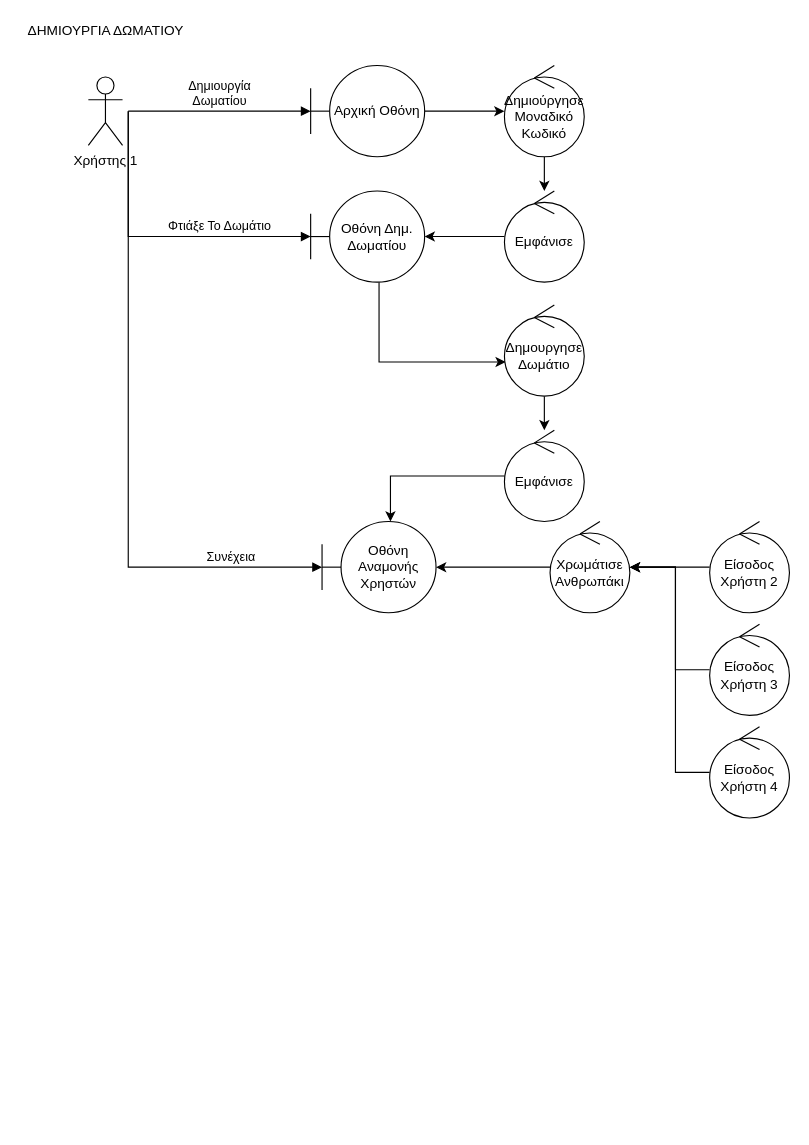
Above: docs/contributions/itsikelis/Phase 3/Robustness Diagrams v0.1/user-create-room.drawio in iloudaros/nomnomr (draw.io), before the change. Source tidied: cells renumbered, new cells numbered last; positions are measured from the earlier drawing's top-left corner, leaving out a move shared by most shapes. Both pictures are drawn from the tidied source at 114%, with x=0, y=0 at pixel (19, 19).
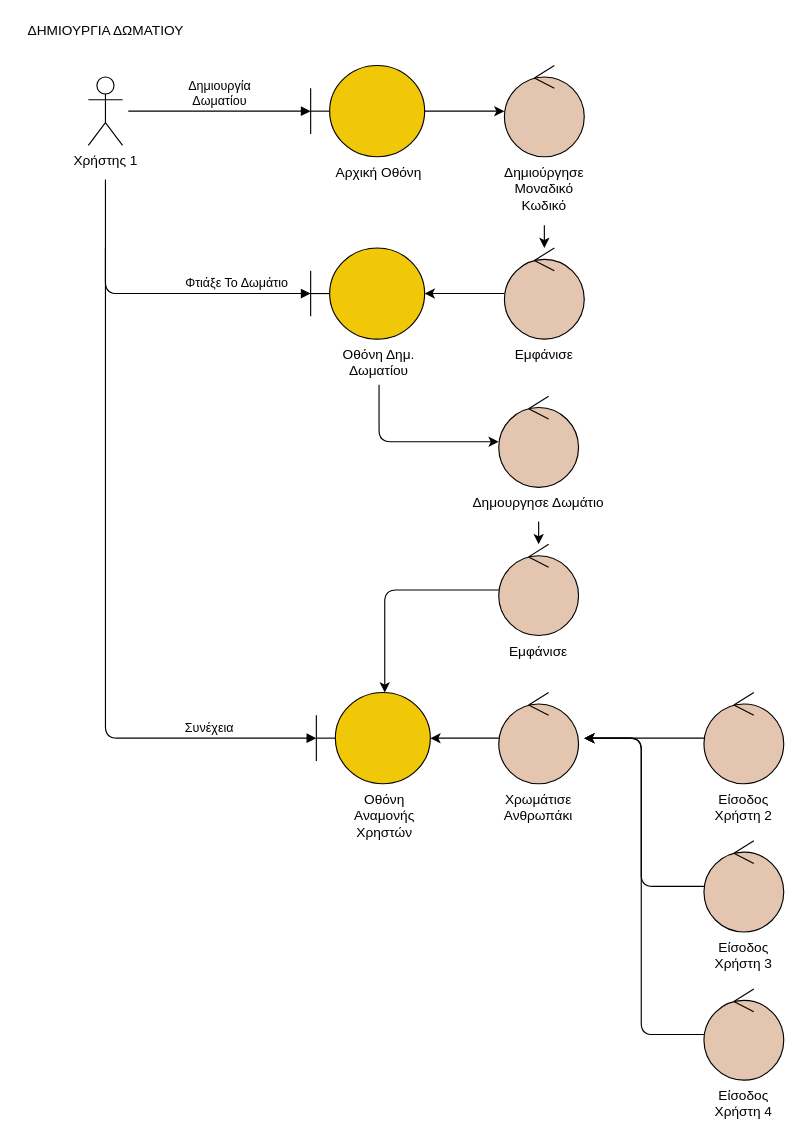
After the change.

The edit, as a diff of the source:
```diff
@@
-    <mxCell id="4" value="Αρχική Οθόνη" style="shape=umlBoundary;whiteSpace=wrap;html=1;" parent="1" vertex="1">
+    <mxCell id="4" style="shape=umlBoundary;whiteSpace=wrap;html=1;fillColor=#F0C808;" parent="1" vertex="1">
       <mxGeometry x="255" y="40" width="100" height="80" as="geometry" />
     </mxCell>
@@
-    <mxCell id="6" value="Δημιουργία&lt;br&gt;Δωματίου" style="html=1;verticalAlign=bottom;endArrow=block;rounded=0;" parent="1" edge="1" target="4">
+    <mxCell id="6" value="Δημιουργία&lt;br&gt;Δωματίου" style="html=1;verticalAlign=bottom;endArrow=block;rounded=1;labelBackgroundColor=none;" parent="1" edge="1" target="4">
       <mxGeometry relative="1" as="geometry">
         <mxPoint x="95" y="80" as="sourcePoint" />
       </mxGeometry>
     </mxCell>
-    <mxCell id="7" style="edgeStyle=orthogonalEdgeStyle;rounded=0;jettySize=auto;html=1;" parent="1" edge="1" source="8" target="10">
-      <mxGeometry relative="1" as="geometry" />
-    </mxCell>
-    <mxCell id="8" value="Δημιούργησε&lt;br&gt;Μοναδικό&lt;br&gt;Κωδικό" style="ellipse;shape=umlControl;whiteSpace=wrap;html=1;" parent="1" vertex="1">
+    <mxCell id="8" style="ellipse;shape=umlControl;whiteSpace=wrap;html=1;fillColor=#E4C5AF;" parent="1" vertex="1">
       <mxGeometry x="425" y="40" width="70" height="80" as="geometry" />
     </mxCell>
@@
-    <mxCell id="10" value="Εμφάνισε" style="ellipse;shape=umlControl;whiteSpace=wrap;html=1;" parent="1" vertex="1">
-      <mxGeometry x="425" y="150" width="70" height="80" as="geometry" />
+    <mxCell id="10" style="ellipse;shape=umlControl;whiteSpace=wrap;html=1;fillColor=#E4C5AF;" parent="1" vertex="1">
+      <mxGeometry x="425" y="200" width="70" height="80" as="geometry" />
     </mxCell>
-    <mxCell id="11" style="edgeStyle=orthogonalEdgeStyle;rounded=0;jettySize=auto;html=1;" parent="1" edge="1" source="12" target="15">
+    <mxCell id="11" style="edgeStyle=orthogonalEdgeStyle;rounded=1;jettySize=auto;html=1;exitX=0.5;exitY=1;exitDx=0;exitDy=0;" parent="1" edge="1" source="34" target="15">
       <mxGeometry relative="1" as="geometry">
         <Array as="points">
-          <mxPoint x="315" y="300" />
+          <mxPoint x="315" y="370" />
         </Array>
       </mxGeometry>
     </mxCell>
-    <mxCell id="12" value="Οθόνη Δημ.&lt;br&gt;Δωματίου" style="shape=umlBoundary;whiteSpace=wrap;html=1;" parent="1" vertex="1">
-      <mxGeometry x="255" y="150" width="100" height="80" as="geometry" />
+    <mxCell id="12" style="shape=umlBoundary;whiteSpace=wrap;html=1;fillColor=#F0C808;" parent="1" vertex="1">
+      <mxGeometry x="255" y="200" width="100" height="80" as="geometry" />
     </mxCell>
-    <mxCell id="13" value="Φτιάξε Το Δωμάτιο" style="html=1;verticalAlign=bottom;endArrow=block;rounded=0;" parent="1" edge="1">
+    <mxCell id="13" value="Φτιάξε Το Δωμάτιο" style="html=1;verticalAlign=bottom;endArrow=block;rounded=1;labelBackgroundColor=none;" parent="1" edge="1">
       <mxGeometry x="0.41" relative="1" as="geometry">
-        <mxPoint x="95" y="80" as="sourcePoint" />
-        <mxPoint x="255" y="190" as="targetPoint" />
+        <mxPoint x="75" y="200" as="sourcePoint" />
+        <mxPoint x="255" y="240" as="targetPoint" />
         <Array as="points">
-          <mxPoint x="95" y="190" />
+          <mxPoint x="75" y="240" />
         </Array>
       </mxGeometry>
     </mxCell>
-    <mxCell id="14" style="edgeStyle=orthogonalEdgeStyle;rounded=0;jettySize=auto;html=1;" parent="1" edge="1" source="15" target="18">
-      <mxGeometry relative="1" as="geometry" />
-    </mxCell>
-    <mxCell id="15" value="Δημουργησε Δωμάτιο" style="ellipse;shape=umlControl;whiteSpace=wrap;html=1;" parent="1" vertex="1">
-      <mxGeometry x="425" y="250" width="70" height="80" as="geometry" />
+    <mxCell id="15" style="ellipse;shape=umlControl;whiteSpace=wrap;html=1;fillColor=#E4C5AF;" parent="1" vertex="1">
+      <mxGeometry x="420" y="330" width="70" height="80" as="geometry" />
     </mxCell>
-    <mxCell id="16" value="Οθόνη&lt;br&gt;Αναμονής&lt;br&gt;Χρηστών" style="shape=umlBoundary;whiteSpace=wrap;html=1;" parent="1" vertex="1">
-      <mxGeometry x="265" y="440" width="100" height="80" as="geometry" />
+    <mxCell id="16" style="shape=umlBoundary;whiteSpace=wrap;html=1;fillColor=#F0C808;" parent="1" vertex="1">
+      <mxGeometry x="260" y="590" width="100" height="80" as="geometry" />
     </mxCell>
-    <mxCell id="17" style="edgeStyle=orthogonalEdgeStyle;rounded=0;jettySize=auto;html=1;" parent="1" edge="1" source="18" target="16">
+    <mxCell id="17" style="edgeStyle=orthogonalEdgeStyle;rounded=1;jettySize=auto;html=1;" parent="1" edge="1" source="18" target="16">
       <mxGeometry relative="1" as="geometry">
         <Array as="points">
-          <mxPoint x="325" y="400" />
+          <mxPoint x="320" y="500" />
         </Array>
       </mxGeometry>
     </mxCell>
-    <mxCell id="18" value="Εμφάνισε" style="ellipse;shape=umlControl;whiteSpace=wrap;html=1;" parent="1" vertex="1">
-      <mxGeometry x="425" y="360" width="70" height="80" as="geometry" />
+    <mxCell id="18" style="ellipse;shape=umlControl;whiteSpace=wrap;html=1;fillColor=#E4C5AF;" parent="1" vertex="1">
+      <mxGeometry x="420" y="460" width="70" height="80" as="geometry" />
     </mxCell>
-    <mxCell id="19" style="edgeStyle=orthogonalEdgeStyle;rounded=0;jettySize=auto;html=1;" parent="1" edge="1" source="20" target="26">
-      <mxGeometry relative="1" as="geometry" />
+    <mxCell id="19" style="edgeStyle=orthogonalEdgeStyle;rounded=1;jettySize=auto;html=1;" parent="1" edge="1" source="20">
+      <mxGeometry relative="1" as="geometry">
+        <mxPoint x="495" y="630" as="targetPoint" />
+      </mxGeometry>
     </mxCell>
-    <mxCell id="20" value="Είσοδος&lt;br&gt;Χρήστη 2" style="ellipse;shape=umlControl;whiteSpace=wrap;html=1;" parent="1" vertex="1">
-      <mxGeometry x="605" y="440" width="70" height="80" as="geometry" />
+    <mxCell id="20" style="ellipse;shape=umlControl;whiteSpace=wrap;html=1;fillColor=#E4C5AF;" parent="1" vertex="1">
+      <mxGeometry x="600" y="590" width="70" height="80" as="geometry" />
     </mxCell>
-    <mxCell id="21" style="edgeStyle=orthogonalEdgeStyle;rounded=0;jettySize=auto;html=1;" parent="1" edge="1" source="22" target="26">
-      <mxGeometry relative="1" as="geometry">
-        <Array as="points">
-          <mxPoint x="575" y="570" />
-          <mxPoint x="575" y="480" />
-        </Array>
-      </mxGeometry>
-    </mxCell>
+    <mxCell id="28" style="edgeStyle=orthogonalEdgeStyle;rounded=1;jettySize=auto;html=1;" parent="1" edge="1" source="22">
+      <mxGeometry relative="1" as="geometry">
+        <mxPoint x="495" y="630" as="targetPoint" />
+        <Array as="points">
+          <mxPoint x="545" y="760" />
+          <mxPoint x="545" y="630" />
+        </Array>
+      </mxGeometry>
+    </mxCell>
-    <mxCell id="22" value="Είσοδος&lt;br&gt;Χρήστη 3" style="ellipse;shape=umlControl;whiteSpace=wrap;html=1;" parent="1" vertex="1">
-      <mxGeometry x="605" y="530" width="70" height="80" as="geometry" />
+    <mxCell id="22" style="ellipse;shape=umlControl;whiteSpace=wrap;html=1;fillColor=#E4C5AF;" parent="1" vertex="1">
+      <mxGeometry x="600" y="720" width="70" height="80" as="geometry" />
     </mxCell>
-    <mxCell id="23" style="edgeStyle=orthogonalEdgeStyle;rounded=0;jettySize=auto;html=1;" parent="1" edge="1" source="24" target="26">
-      <mxGeometry relative="1" as="geometry">
-        <Array as="points">
-          <mxPoint x="575" y="660" />
-          <mxPoint x="575" y="480" />
-        </Array>
-      </mxGeometry>
-    </mxCell>
+    <mxCell id="29" style="edgeStyle=orthogonalEdgeStyle;rounded=1;jettySize=auto;html=1;" parent="1" edge="1" source="24">
+      <mxGeometry relative="1" as="geometry">
+        <mxPoint x="495" y="630" as="targetPoint" />
+        <Array as="points">
+          <mxPoint x="545" y="890" />
+          <mxPoint x="545" y="630" />
+        </Array>
+      </mxGeometry>
+    </mxCell>
-    <mxCell id="24" value="Είσοδος&lt;br&gt;Χρήστη 4" style="ellipse;shape=umlControl;whiteSpace=wrap;html=1;" parent="1" vertex="1">
-      <mxGeometry x="605" y="620" width="70" height="80" as="geometry" />
+    <mxCell id="24" style="ellipse;shape=umlControl;whiteSpace=wrap;html=1;fillColor=#E4C5AF;" parent="1" vertex="1">
+      <mxGeometry x="600" y="850" width="70" height="80" as="geometry" />
     </mxCell>
@@
-    <mxCell id="26" value="Χρωμάτισε&lt;br&gt;Ανθρωπάκι" style="ellipse;shape=umlControl;whiteSpace=wrap;html=1;" parent="1" vertex="1">
-      <mxGeometry x="465" y="440" width="70" height="80" as="geometry" />
+    <mxCell id="26" style="ellipse;shape=umlControl;whiteSpace=wrap;html=1;fillColor=#E4C5AF;" parent="1" vertex="1">
+      <mxGeometry x="420" y="590" width="70" height="80" as="geometry" />
     </mxCell>
-    <mxCell id="27" value="Συνέχεια" style="html=1;verticalAlign=bottom;endArrow=block;rounded=0;entryX=0;entryY=0.5;entryDx=0;entryDy=0;entryPerimeter=0;" parent="1" edge="1" target="16">
+    <mxCell id="27" value="Συνέχεια" style="html=1;verticalAlign=bottom;endArrow=block;rounded=1;entryX=0;entryY=0.5;entryDx=0;entryDy=0;entryPerimeter=0;labelBackgroundColor=none;" parent="1" edge="1" target="16">
       <mxGeometry x="0.72" relative="1" as="geometry">
-        <mxPoint x="95" y="80" as="sourcePoint" />
+        <mxPoint x="75" y="140" as="sourcePoint" />
         <Array as="points">
-          <mxPoint x="95" y="480" />
+          <mxPoint x="75" y="630" />
         </Array>
       </mxGeometry>
     </mxCell>
+    <mxCell id="30" value="&lt;span style=&quot;color: rgb(0, 0, 0); font-family: helvetica; font-size: 12px; font-style: normal; font-weight: 400; letter-spacing: normal; text-indent: 0px; text-transform: none; word-spacing: 0px; display: inline; float: none;&quot;&gt;Αρχική Οθόνη&lt;/span&gt;" style="text;whiteSpace=wrap;html=1;align=center;labelBackgroundColor=none;" parent="1" vertex="1">
+      <mxGeometry x="260" y="120" width="110" height="30" as="geometry" />
+    </mxCell>
+    <mxCell id="31" style="edgeStyle=orthogonalEdgeStyle;rounded=1;jettySize=auto;html=1;" parent="1" edge="1" source="32" target="10">
+      <mxGeometry relative="1" as="geometry" />
+    </mxCell>
+    <mxCell id="32" value="&lt;span style=&quot;color: rgb(0, 0, 0); font-family: helvetica; font-size: 12px; font-style: normal; font-weight: 400; letter-spacing: normal; text-indent: 0px; text-transform: none; word-spacing: 0px; display: inline; float: none;&quot;&gt;Δημιούργησε&lt;/span&gt;&lt;br style=&quot;color: rgb(0, 0, 0); font-family: helvetica; font-size: 12px; font-style: normal; font-weight: 400; letter-spacing: normal; text-indent: 0px; text-transform: none; word-spacing: 0px;&quot;&gt;&lt;span style=&quot;color: rgb(0, 0, 0); font-family: helvetica; font-size: 12px; font-style: normal; font-weight: 400; letter-spacing: normal; text-indent: 0px; text-transform: none; word-spacing: 0px; display: inline; float: none;&quot;&gt;Μοναδικό&lt;/span&gt;&lt;br style=&quot;color: rgb(0, 0, 0); font-family: helvetica; font-size: 12px; font-style: normal; font-weight: 400; letter-spacing: normal; text-indent: 0px; text-transform: none; word-spacing: 0px;&quot;&gt;&lt;span style=&quot;color: rgb(0, 0, 0); font-family: helvetica; font-size: 12px; font-style: normal; font-weight: 400; letter-spacing: normal; text-indent: 0px; text-transform: none; word-spacing: 0px; display: inline; float: none;&quot;&gt;Κωδικό&lt;/span&gt;" style="text;whiteSpace=wrap;html=1;align=center;labelBackgroundColor=none;" parent="1" vertex="1">
+      <mxGeometry x="410" y="120" width="100" height="60" as="geometry" />
+    </mxCell>
+    <mxCell id="33" value="&lt;span style=&quot;color: rgb(0, 0, 0); font-family: helvetica; font-size: 12px; font-style: normal; font-weight: 400; letter-spacing: normal; text-indent: 0px; text-transform: none; word-spacing: 0px; display: inline; float: none;&quot;&gt;Εμφάνισε&lt;/span&gt;" style="text;whiteSpace=wrap;html=1;align=center;labelBackgroundColor=none;" parent="1" vertex="1">
+      <mxGeometry x="420" y="280" width="80" height="30" as="geometry" />
+    </mxCell>
+    <mxCell id="34" value="&lt;span style=&quot;color: rgb(0, 0, 0); font-family: helvetica; font-size: 12px; font-style: normal; font-weight: 400; letter-spacing: normal; text-indent: 0px; text-transform: none; word-spacing: 0px; display: inline; float: none;&quot;&gt;Οθόνη Δημ.&lt;/span&gt;&lt;br style=&quot;color: rgb(0, 0, 0); font-family: helvetica; font-size: 12px; font-style: normal; font-weight: 400; letter-spacing: normal; text-indent: 0px; text-transform: none; word-spacing: 0px;&quot;&gt;&lt;span style=&quot;color: rgb(0, 0, 0); font-family: helvetica; font-size: 12px; font-style: normal; font-weight: 400; letter-spacing: normal; text-indent: 0px; text-transform: none; word-spacing: 0px; display: inline; float: none;&quot;&gt;Δωματίου&lt;/span&gt;" style="text;whiteSpace=wrap;html=1;align=center;labelBackgroundColor=none;" parent="1" vertex="1">
+      <mxGeometry x="270" y="280" width="90" height="40" as="geometry" />
+    </mxCell>
+    <mxCell id="35" style="edgeStyle=orthogonalEdgeStyle;rounded=1;jettySize=auto;html=1;" parent="1" edge="1" source="36" target="18">
+      <mxGeometry relative="1" as="geometry" />
+    </mxCell>
+    <mxCell id="36" value="&lt;span style=&quot;color: rgb(0, 0, 0); font-family: helvetica; font-size: 12px; font-style: normal; font-weight: 400; letter-spacing: normal; text-indent: 0px; text-transform: none; word-spacing: 0px; display: inline; float: none;&quot;&gt;Δημουργησε Δωμάτιο&lt;/span&gt;" style="text;whiteSpace=wrap;html=1;align=center;labelBackgroundColor=none;" parent="1" vertex="1">
+      <mxGeometry x="380" y="410" width="150" height="30" as="geometry" />
+    </mxCell>
+    <mxCell id="37" value="&lt;span style=&quot;color: rgb(0, 0, 0); font-family: helvetica; font-size: 12px; font-style: normal; font-weight: 400; letter-spacing: normal; text-indent: 0px; text-transform: none; word-spacing: 0px; display: inline; float: none;&quot;&gt;Εμφάνισε&lt;/span&gt;" style="text;whiteSpace=wrap;html=1;align=center;labelBackgroundColor=none;" parent="1" vertex="1">
+      <mxGeometry x="415" y="540" width="80" height="30" as="geometry" />
+    </mxCell>
+    <mxCell id="38" value="&lt;span style=&quot;color: rgb(0, 0, 0); font-family: helvetica; font-size: 12px; font-style: normal; font-weight: 400; letter-spacing: normal; text-indent: 0px; text-transform: none; word-spacing: 0px; display: inline; float: none;&quot;&gt;Οθόνη&lt;/span&gt;&lt;br style=&quot;color: rgb(0, 0, 0); font-family: helvetica; font-size: 12px; font-style: normal; font-weight: 400; letter-spacing: normal; text-indent: 0px; text-transform: none; word-spacing: 0px;&quot;&gt;&lt;span style=&quot;color: rgb(0, 0, 0); font-family: helvetica; font-size: 12px; font-style: normal; font-weight: 400; letter-spacing: normal; text-indent: 0px; text-transform: none; word-spacing: 0px; display: inline; float: none;&quot;&gt;Αναμονής&lt;/span&gt;&lt;br style=&quot;color: rgb(0, 0, 0); font-family: helvetica; font-size: 12px; font-style: normal; font-weight: 400; letter-spacing: normal; text-indent: 0px; text-transform: none; word-spacing: 0px;&quot;&gt;&lt;span style=&quot;color: rgb(0, 0, 0); font-family: helvetica; font-size: 12px; font-style: normal; font-weight: 400; letter-spacing: normal; text-indent: 0px; text-transform: none; word-spacing: 0px; display: inline; float: none;&quot;&gt;Χρηστών&lt;/span&gt;" style="text;whiteSpace=wrap;html=1;align=center;labelBackgroundColor=none;" parent="1" vertex="1">
+      <mxGeometry x="280" y="670" width="80" height="60" as="geometry" />
+    </mxCell>
+    <mxCell id="39" value="&lt;span style=&quot;color: rgb(0, 0, 0); font-family: helvetica; font-size: 12px; font-style: normal; font-weight: 400; letter-spacing: normal; text-indent: 0px; text-transform: none; word-spacing: 0px; display: inline; float: none;&quot;&gt;Χρωμάτισε&lt;/span&gt;&lt;br style=&quot;color: rgb(0, 0, 0); font-family: helvetica; font-size: 12px; font-style: normal; font-weight: 400; letter-spacing: normal; text-indent: 0px; text-transform: none; word-spacing: 0px;&quot;&gt;&lt;span style=&quot;color: rgb(0, 0, 0); font-family: helvetica; font-size: 12px; font-style: normal; font-weight: 400; letter-spacing: normal; text-indent: 0px; text-transform: none; word-spacing: 0px; display: inline; float: none;&quot;&gt;Ανθρωπάκι&lt;/span&gt;" style="text;whiteSpace=wrap;html=1;align=center;labelBackgroundColor=none;" parent="1" vertex="1">
+      <mxGeometry x="410" y="670" width="90" height="40" as="geometry" />
+    </mxCell>
+    <mxCell id="40" value="&lt;span style=&quot;color: rgb(0, 0, 0); font-family: helvetica; font-size: 12px; font-style: normal; font-weight: 400; letter-spacing: normal; text-indent: 0px; text-transform: none; word-spacing: 0px; display: inline; float: none;&quot;&gt;Είσοδος&lt;/span&gt;&lt;br style=&quot;color: rgb(0, 0, 0); font-family: helvetica; font-size: 12px; font-style: normal; font-weight: 400; letter-spacing: normal; text-indent: 0px; text-transform: none; word-spacing: 0px;&quot;&gt;&lt;span style=&quot;color: rgb(0, 0, 0); font-family: helvetica; font-size: 12px; font-style: normal; font-weight: 400; letter-spacing: normal; text-indent: 0px; text-transform: none; word-spacing: 0px; display: inline; float: none;&quot;&gt;Χρήστη 2&lt;/span&gt;" style="text;whiteSpace=wrap;html=1;align=center;labelBackgroundColor=none;" parent="1" vertex="1">
+      <mxGeometry x="595" y="670" width="80" height="40" as="geometry" />
+    </mxCell>
+    <mxCell id="41" value="&lt;span style=&quot;color: rgb(0, 0, 0); font-family: helvetica; font-size: 12px; font-style: normal; font-weight: 400; letter-spacing: normal; text-indent: 0px; text-transform: none; word-spacing: 0px; display: inline; float: none;&quot;&gt;Είσοδος&lt;/span&gt;&lt;br style=&quot;color: rgb(0, 0, 0); font-family: helvetica; font-size: 12px; font-style: normal; font-weight: 400; letter-spacing: normal; text-indent: 0px; text-transform: none; word-spacing: 0px;&quot;&gt;&lt;span style=&quot;color: rgb(0, 0, 0); font-family: helvetica; font-size: 12px; font-style: normal; font-weight: 400; letter-spacing: normal; text-indent: 0px; text-transform: none; word-spacing: 0px; display: inline; float: none;&quot;&gt;Χρήστη 3&lt;/span&gt;" style="text;whiteSpace=wrap;html=1;align=center;labelBackgroundColor=none;" parent="1" vertex="1">
+      <mxGeometry x="595" y="800" width="80" height="40" as="geometry" />
+    </mxCell>
+    <mxCell id="42" value="&lt;span style=&quot;color: rgb(0, 0, 0); font-family: helvetica; font-size: 12px; font-style: normal; font-weight: 400; letter-spacing: normal; text-indent: 0px; text-transform: none; word-spacing: 0px; display: inline; float: none;&quot;&gt;Είσοδος&lt;/span&gt;&lt;br style=&quot;color: rgb(0, 0, 0); font-family: helvetica; font-size: 12px; font-style: normal; font-weight: 400; letter-spacing: normal; text-indent: 0px; text-transform: none; word-spacing: 0px;&quot;&gt;&lt;span style=&quot;color: rgb(0, 0, 0); font-family: helvetica; font-size: 12px; font-style: normal; font-weight: 400; letter-spacing: normal; text-indent: 0px; text-transform: none; word-spacing: 0px; display: inline; float: none;&quot;&gt;Χρήστη 4&lt;/span&gt;" style="text;whiteSpace=wrap;html=1;align=center;labelBackgroundColor=none;" parent="1" vertex="1">
+      <mxGeometry x="595" y="930" width="80" height="40" as="geometry" />
+    </mxCell>
```
